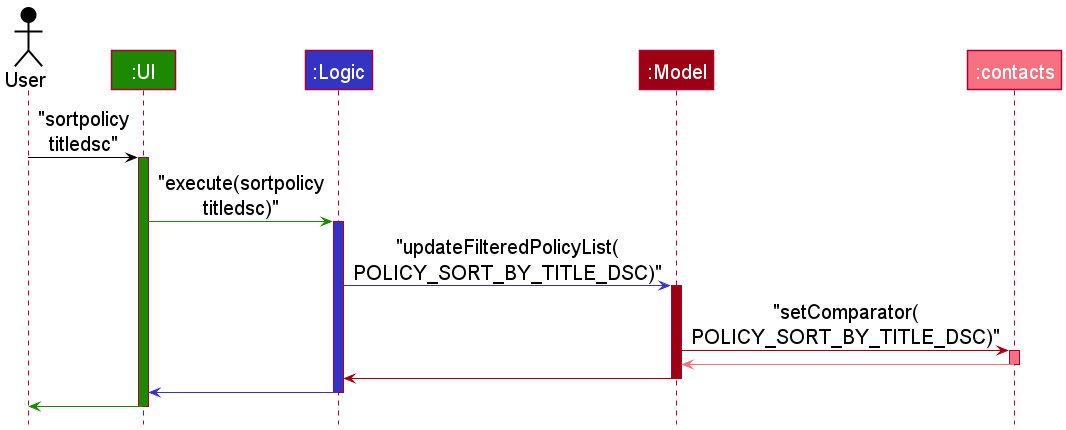
Above: docs/images/SortPolicyDscSequenceDiagram.png in nus-cs2103-AY2122S1/tp (PlantUML), before the change.
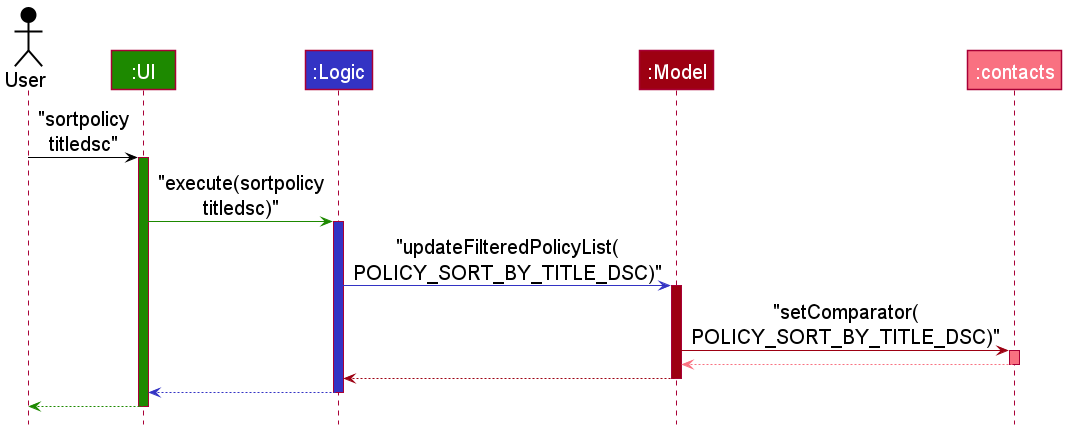
Later version of the same file.

Change to the diagram source:
```diff
@@ -24,16 +24,16 @@
 model -[MODEL_COLOR]> contacts: "setComparator(\nPOLICY_SORT_BY_TITLE_DSC)"
 activate contacts MODEL_COLOR_T1
 
-contacts -[MODEL_COLOR_T1]> model
+contacts --[MODEL_COLOR_T1]> model
 deactivate contacts
 
-model -[MODEL_COLOR]> logic
+model --[MODEL_COLOR]> logic
 deactivate model
 
-logic -[LOGIC_COLOR]> ui
+logic --[LOGIC_COLOR]> ui
 deactivate logic
 
-ui -[UI_COLOR]> user
+ui --[UI_COLOR]> user
 deactivate ui
 
 @enduml
```
